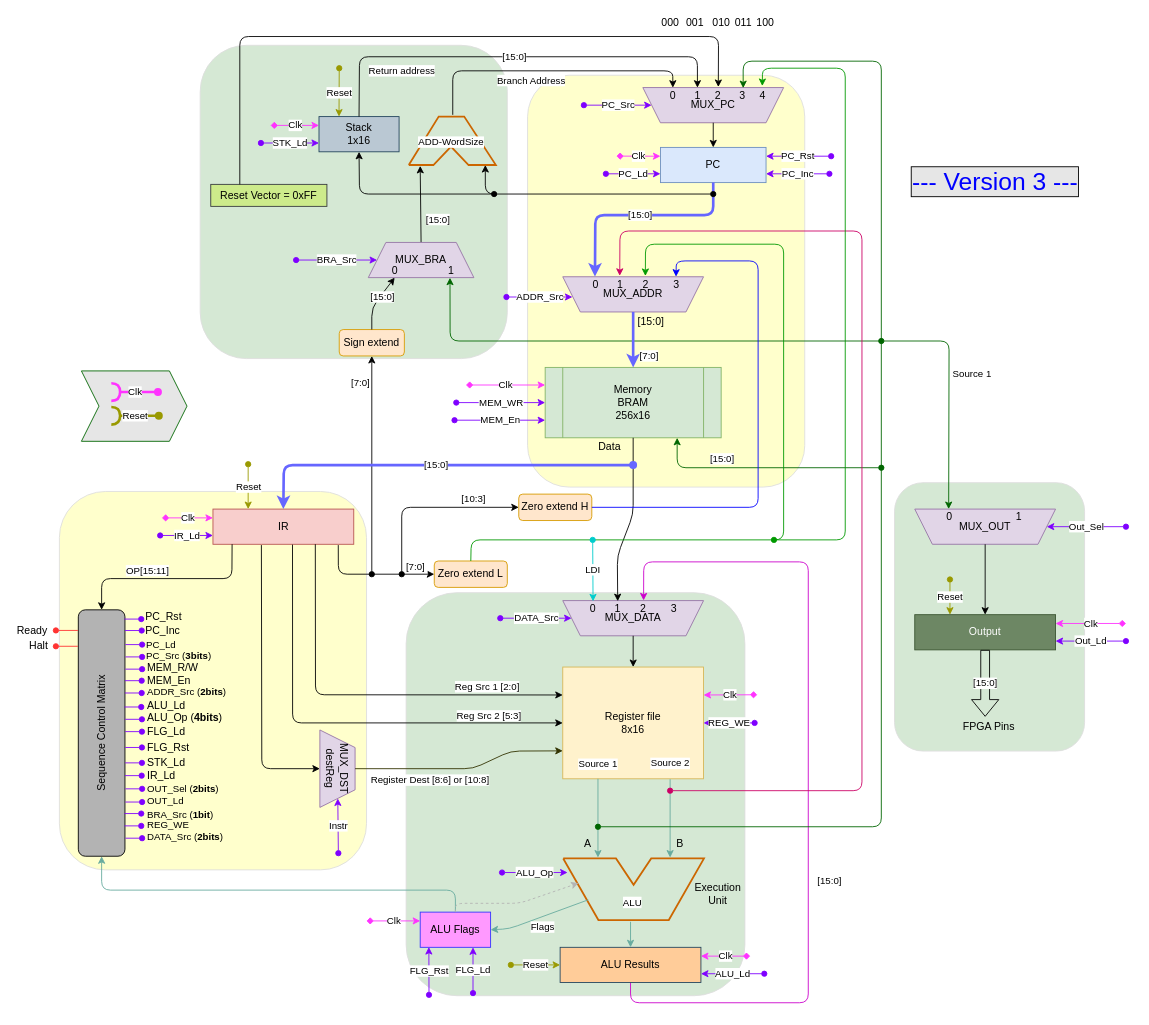
wdevore/Verilog-Projects keeps this draw.io diagram as page "CPU" (2 of 6) of A09/A09 CPU V3.drawio. Above is the earlier version. Source tidied: cells renumbered, new cells numbered last; positions are measured from the earlier drawing's top-left corner, leaving out a move shared by most shapes. Both pictures are drawn from the tidied source at 88%, with x=0, y=0 at pixel (-22, 15).
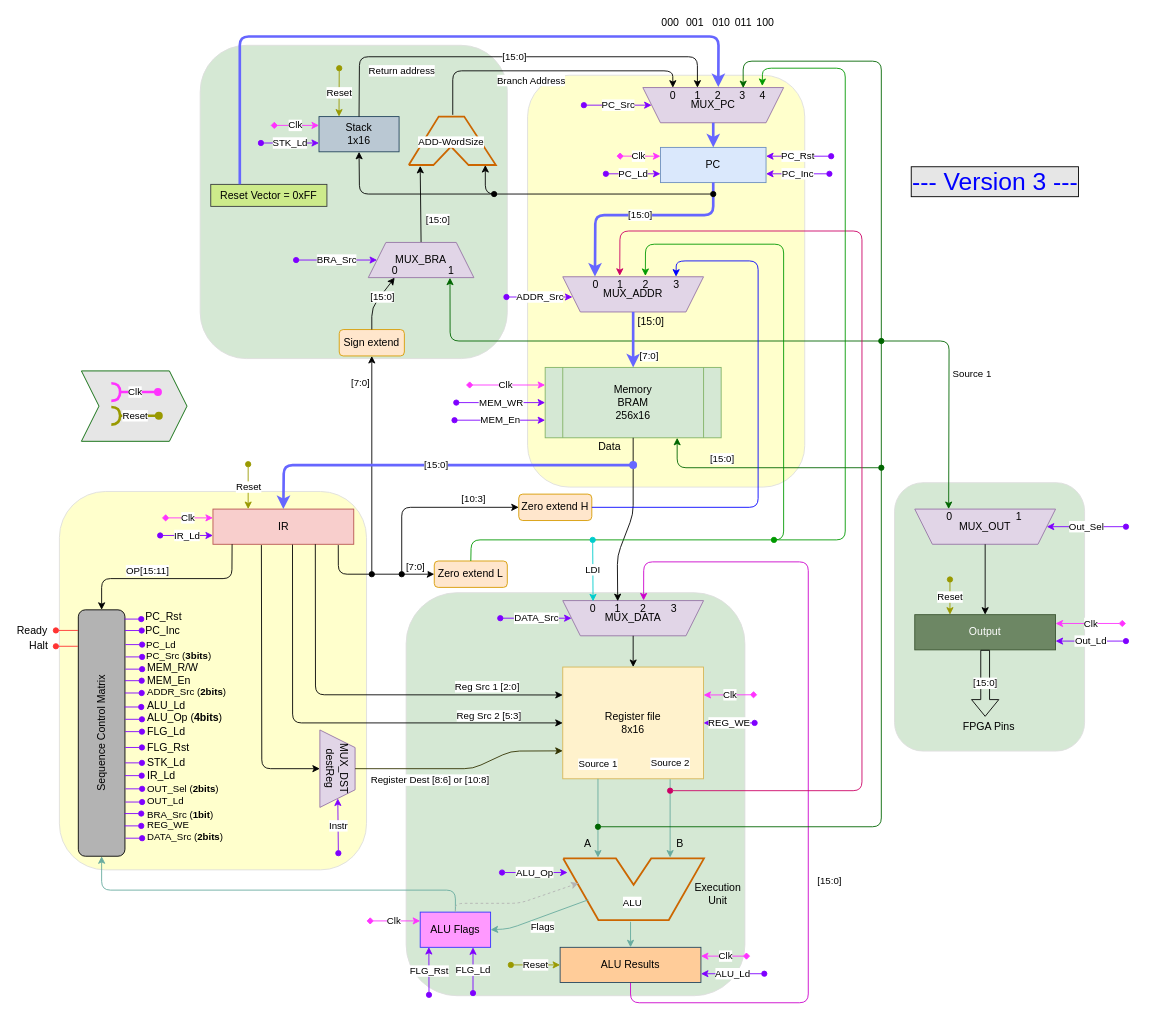
After the change.

Unchanged cells that the change refers to:
```xml
<mxCell id="16" value="PC" style="rounded=0;whiteSpace=wrap;html=1;fillColor=#dae8fc;strokeColor=#6c8ebf;" parent="1" vertex="1">
  <mxGeometry x="775" y="150" width="120" height="40" as="geometry" />
</mxCell>
<mxCell id="28" value="MUX_PC" style="shape=trapezoid;perimeter=trapezoidPerimeter;whiteSpace=wrap;html=1;fixedSize=1;rotation=0;fillColor=#e1d5e7;strokeColor=#9673a6;direction=west;" parent="1" vertex="1">
  <mxGeometry x="755" y="82" width="160" height="40" as="geometry" />
</mxCell>
<mxCell id="108" value="2" style="text;html=1;align=center;verticalAlign=middle;points=[];" parent="1" vertex="1">
  <mxGeometry x="831.5" y="82" width="17" height="18" as="geometry" />
</mxCell>
<mxCell id="159" value="Reset Vector = 0xFF" style="rounded=0;whiteSpace=wrap;html=1;fillColor=#cdeb8b;strokeColor=#36393d;" parent="1" vertex="1">
  <mxGeometry x="264" y="192" width="132" height="25" as="geometry" />
</mxCell>
```

Diff of the diagram source:
```diff
@@
-    <mxCell id="29" style="endArrow=classic;html=1;exitX=0.5;exitY=0;exitDx=0;exitDy=0;entryX=0.5;entryY=0;entryDx=0;entryDy=0;" parent="1" edge="1" source="28" target="16">
+    <mxCell id="29" style="endArrow=classic;html=1;exitX=0.5;exitY=0;exitDx=0;exitDy=0;entryX=0.5;entryY=0;entryDx=0;entryDy=0;strokeColor=#6666FF;strokeWidth=3;" parent="1" edge="1" source="28" target="16">
       <mxGeometry relative="1" as="geometry" />
     </mxCell>
@@
-    <mxCell id="160" style="endArrow=classic;html=1;exitX=0.25;exitY=0;exitDx=0;exitDy=0;entryX=0.545;entryY=-0.035;entryDx=0;entryDy=0;entryPerimeter=0;" parent="1" edge="1" source="159" target="108">
+    <mxCell id="160" style="endArrow=classic;html=1;exitX=0.25;exitY=0;exitDx=0;exitDy=0;entryX=0.545;entryY=-0.035;entryDx=0;entryDy=0;entryPerimeter=0;strokeColor=#6666FF;strokeWidth=3;" parent="1" edge="1" source="159" target="108">
       <mxGeometry relative="1" as="geometry">
         <Array as="points">
           <mxPoint x="297" y="24" />
           <mxPoint x="841" y="24" />
         </Array>
       </mxGeometry>
     </mxCell>
```
